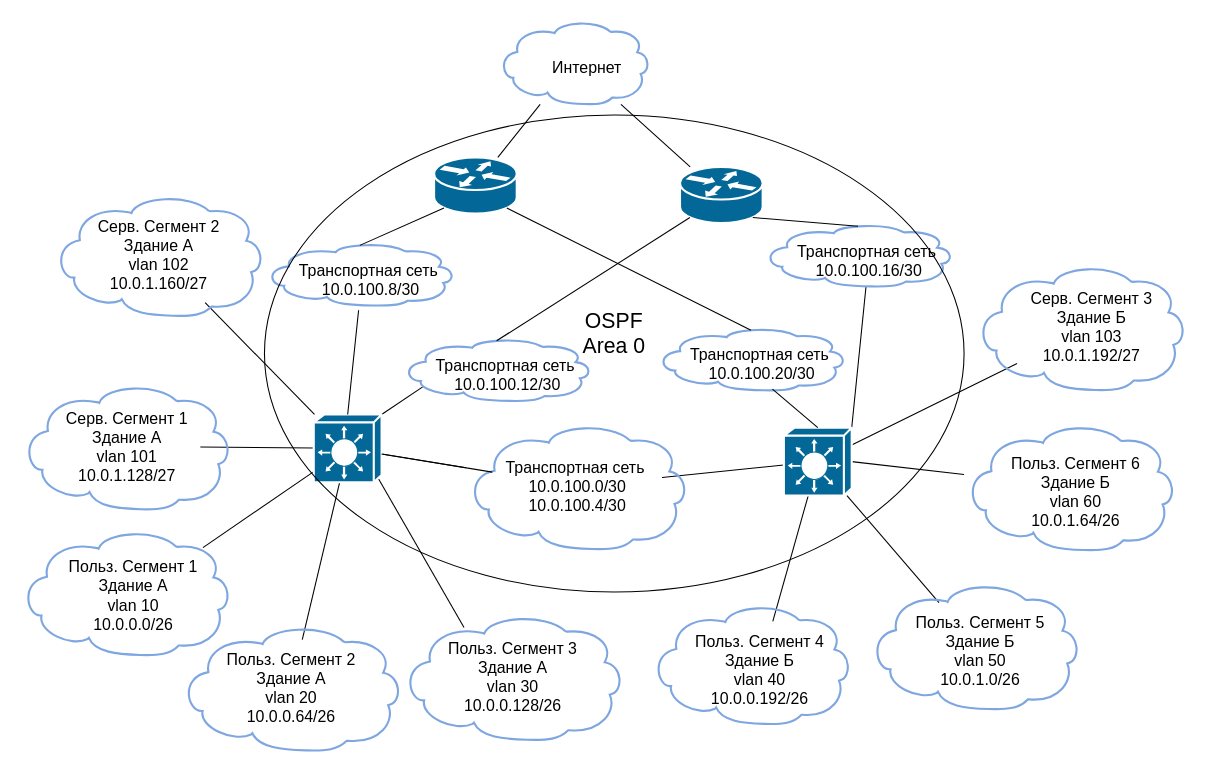
Earlier version of the draw.io diagram page "Схема функциональной структуры" (2 of 3) of Сети/КП/Схемы/схемы.drawio (SwiftyKey/Study). Source tidied: cells renumbered, new cells numbered last; positions are measured from the earlier drawing's top-left corner, leaving out a move shared by most shapes. Both pictures are drawn from the tidied source at 106%, with x=0, y=0 at pixel (19, 19).
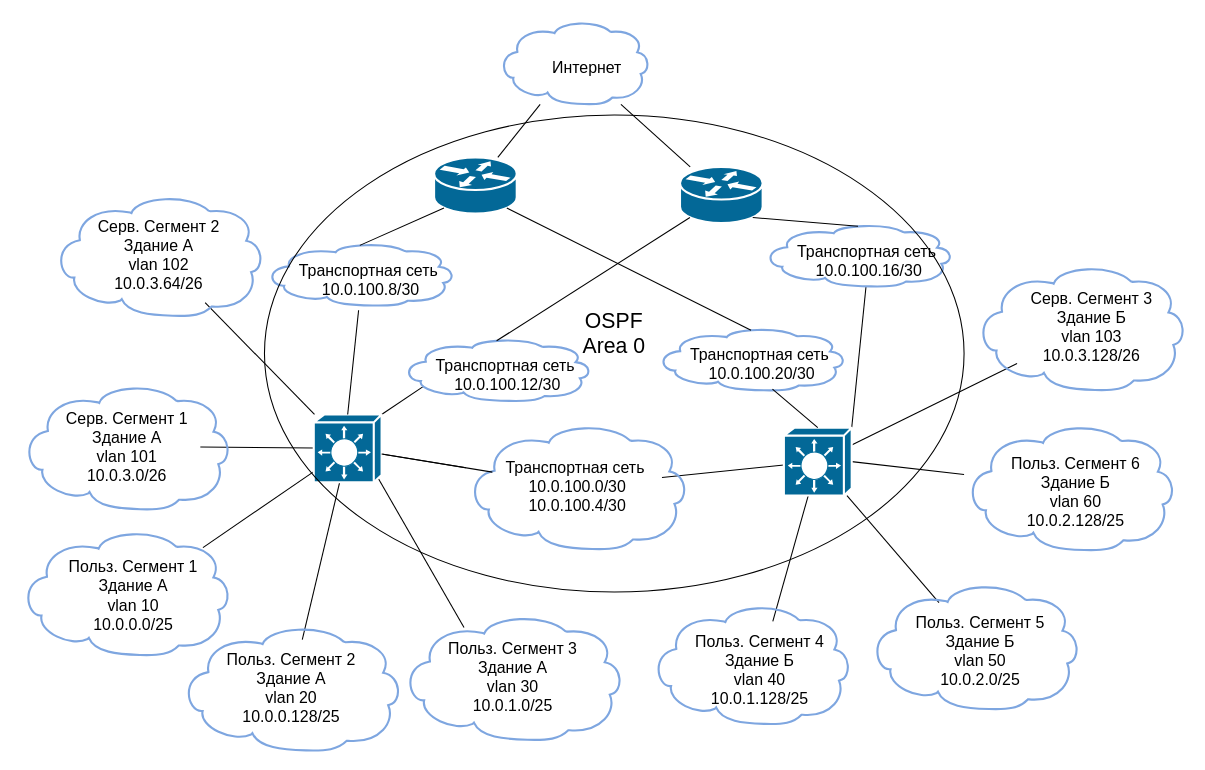
The same diagram, later.

Unchanged cells that the change refers to:
```xml
<mxCell id="15" style="group;" parent="1" vertex="1">
  <mxGeometry y="480" width="200" height="120" as="geometry" />
</mxCell>
<mxCell id="18" style="group;" parent="1" vertex="1">
  <mxGeometry x="151" y="570" width="210" height="120" as="geometry" />
</mxCell>
<mxCell id="21" style="group;" parent="1" vertex="1">
  <mxGeometry x="595" y="550" width="190" height="115" as="geometry" />
</mxCell>
<mxCell id="24" style="group;" parent="1" vertex="1">
  <mxGeometry x="801" y="530" width="200" height="121" as="geometry" />
</mxCell>
<mxCell id="27" style="group;" parent="1" vertex="1">
  <mxGeometry x="1" y="342.5" width="199" height="120" as="geometry" />
</mxCell>
<mxCell id="30" style="group;" parent="1" vertex="1">
  <mxGeometry x="31" y="164" width="200" height="116" as="geometry" />
</mxCell>
<mxCell id="33" style="group;" parent="1" vertex="1">
  <mxGeometry x="901" y="230" width="200" height="120" as="geometry" />
</mxCell>
<mxCell id="49" style="group;" parent="1" vertex="1">
  <mxGeometry x="360" y="560" width="210" height="120" as="geometry" />
</mxCell>
<mxCell id="52" style="group;" parent="1" vertex="1">
  <mxGeometry x="891" y="380" width="200" height="121" as="geometry" />
</mxCell>
```

The edit, as a diff of the source:
```diff
@@
-    <mxCell id="17" value="&lt;font color=&quot;#000000&quot;&gt;Польз. Сегмент 1&lt;br&gt;Здание А&lt;br&gt;vlan 10&lt;br&gt;10.0.0.0/26&lt;/font&gt;" style="text;html=1;align=center;verticalAlign=middle;points=[];strokeColor=none;fillColor=none;fontSize=15;fontColor=#FFFFFF;" parent="15" vertex="1">
+    <mxCell id="17" value="&lt;font color=&quot;#000000&quot;&gt;Польз. Сегмент 1&lt;br&gt;Здание А&lt;br&gt;vlan 10&lt;br&gt;10.0.0.0/25&lt;/font&gt;" style="text;html=1;align=center;verticalAlign=middle;points=[];strokeColor=none;fillColor=none;fontSize=15;fontColor=#FFFFFF;" parent="15" vertex="1">
       <mxGeometry x="32.3" y="18.1" width="150" height="90" as="geometry" />
     </mxCell>
@@
-    <mxCell id="20" value="&lt;font color=&quot;#000000&quot;&gt;Польз. Сегмент 2&lt;br&gt;Здание А&lt;br&gt;vlan 20&lt;br&gt;10.0.0.64/26&lt;/font&gt;" style="text;html=1;align=center;verticalAlign=middle;points=[];strokeColor=none;fillColor=none;fontSize=15;fontColor=#FFFFFF;" parent="18" vertex="1">
+    <mxCell id="20" value="&lt;font color=&quot;#000000&quot;&gt;Польз. Сегмент 2&lt;br&gt;Здание А&lt;br&gt;vlan 20&lt;br&gt;10.0.0.128/25&lt;/font&gt;" style="text;html=1;align=center;verticalAlign=middle;points=[];strokeColor=none;fillColor=none;fontSize=15;fontColor=#FFFFFF;" parent="18" vertex="1">
       <mxGeometry x="30" y="15" width="150" height="90" as="geometry" />
     </mxCell>
@@
-    <mxCell id="23" value="&lt;font color=&quot;#000000&quot;&gt;Польз. Сегмент 4&lt;br&gt;Здание Б&lt;br&gt;vlan 40&lt;br&gt;10.0.0.192/26&lt;/font&gt;" style="text;html=1;align=center;verticalAlign=middle;points=[];strokeColor=none;fillColor=none;fontSize=15;fontColor=#FFFFFF;" parent="21" vertex="1">
+    <mxCell id="23" value="&lt;font color=&quot;#000000&quot;&gt;Польз. Сегмент 4&lt;br&gt;Здание Б&lt;br&gt;vlan 40&lt;br&gt;10.0.1.128/25&lt;/font&gt;" style="text;html=1;align=center;verticalAlign=middle;points=[];strokeColor=none;fillColor=none;fontSize=15;fontColor=#FFFFFF;" parent="21" vertex="1">
       <mxGeometry x="27.9" y="17.7" width="150" height="90" as="geometry" />
     </mxCell>
@@
-    <mxCell id="26" value="&lt;font color=&quot;#000000&quot;&gt;Польз. Сегмент 5&lt;br&gt;Здание Б&lt;br&gt;vlan 50&lt;br&gt;10.0.1.0/26&lt;/font&gt;" style="text;html=1;align=center;verticalAlign=middle;points=[];strokeColor=none;fillColor=none;fontSize=15;fontColor=#FFFFFF;" parent="24" vertex="1">
+    <mxCell id="26" value="&lt;font color=&quot;#000000&quot;&gt;Польз. Сегмент 5&lt;br&gt;Здание Б&lt;br&gt;vlan 50&lt;br&gt;10.0.2.0/25&lt;/font&gt;" style="text;html=1;align=center;verticalAlign=middle;points=[];strokeColor=none;fillColor=none;fontSize=15;fontColor=#FFFFFF;" parent="24" vertex="1">
       <mxGeometry x="30" y="20" width="150" height="90" as="geometry" />
     </mxCell>
@@
-    <mxCell id="29" value="&lt;font color=&quot;#000000&quot;&gt;Серв. Сегмент 1&lt;br&gt;Здание А&lt;br&gt;vlan 101&lt;br&gt;10.0.1.128/27&lt;/font&gt;" style="text;html=1;align=center;verticalAlign=middle;points=[];strokeColor=none;fillColor=none;fontSize=15;fontColor=#FFFFFF;" parent="27" vertex="1">
+    <mxCell id="29" value="&lt;font color=&quot;#000000&quot;&gt;Серв. Сегмент 1&lt;br&gt;Здание А&lt;br&gt;vlan 101&lt;br&gt;10.0.3.0/26&lt;/font&gt;" style="text;html=1;align=center;verticalAlign=middle;points=[];strokeColor=none;fillColor=none;fontSize=15;fontColor=#FFFFFF;" parent="27" vertex="1">
       <mxGeometry x="29.5" y="15" width="140" height="90" as="geometry" />
     </mxCell>
@@
-    <mxCell id="32" value="&lt;font color=&quot;#000000&quot;&gt;Серв. Сегмент 2&lt;br&gt;Здание А&lt;br&gt;vlan 102&lt;br&gt;10.0.1.160/27&lt;/font&gt;" style="text;html=1;align=center;verticalAlign=middle;points=[];strokeColor=none;fillColor=none;fontSize=15;fontColor=#FFFFFF;" parent="30" vertex="1">
+    <mxCell id="32" value="&lt;font color=&quot;#000000&quot;&gt;Серв. Сегмент 2&lt;br&gt;Здание А&lt;br&gt;vlan 102&lt;br&gt;10.0.3.64/26&lt;/font&gt;" style="text;html=1;align=center;verticalAlign=middle;points=[];strokeColor=none;fillColor=none;fontSize=15;fontColor=#FFFFFF;" parent="30" vertex="1">
       <mxGeometry x="30" y="13" width="140" height="90" as="geometry" />
     </mxCell>
@@
-    <mxCell id="35" value="&lt;font color=&quot;#000000&quot;&gt;Серв. Сегмент 3&lt;br&gt;Здание Б&lt;br&gt;vlan 103&lt;br&gt;10.0.1.192/27&lt;/font&gt;" style="text;html=1;align=center;verticalAlign=middle;points=[];strokeColor=none;fillColor=none;fontSize=15;fontColor=#FFFFFF;" parent="33" vertex="1">
+    <mxCell id="35" value="&lt;font color=&quot;#000000&quot;&gt;Серв. Сегмент 3&lt;br&gt;Здание Б&lt;br&gt;vlan 103&lt;br&gt;10.0.3.128/26&lt;/font&gt;" style="text;html=1;align=center;verticalAlign=middle;points=[];strokeColor=none;fillColor=none;fontSize=15;fontColor=#FFFFFF;" parent="33" vertex="1">
       <mxGeometry x="40" y="15" width="140" height="90" as="geometry" />
     </mxCell>
@@
-    <mxCell id="51" value="&lt;font color=&quot;#000000&quot;&gt;Польз. Сегмент 3&lt;/font&gt;&lt;div&gt;&lt;font color=&quot;#000000&quot;&gt;Здание А&lt;br&gt;vlan 30&lt;br&gt;10.0.0.128/26&lt;/font&gt;&lt;/div&gt;" style="text;html=1;align=center;verticalAlign=middle;points=[];strokeColor=none;fillColor=none;fontSize=15;fontColor=#FFFFFF;" parent="49" vertex="1">
+    <mxCell id="51" value="&lt;font color=&quot;#000000&quot;&gt;Польз. Сегмент 3&lt;/font&gt;&lt;div&gt;&lt;font color=&quot;#000000&quot;&gt;Здание А&lt;br&gt;vlan 30&lt;br&gt;10.0.1.0/25&lt;/font&gt;&lt;/div&gt;" style="text;html=1;align=center;verticalAlign=middle;points=[];strokeColor=none;fillColor=none;fontSize=15;fontColor=#FFFFFF;" parent="49" vertex="1">
       <mxGeometry x="30" y="15" width="150" height="90" as="geometry" />
     </mxCell>
@@
-    <mxCell id="54" value="&lt;font color=&quot;#000000&quot;&gt;Польз. Сегмент 6&lt;br&gt;Здание Б&lt;br&gt;vlan 60&lt;br&gt;10.0.1.64/26&lt;/font&gt;" style="text;html=1;align=center;verticalAlign=middle;strokeColor=none;fillColor=none;fontSize=15;fontColor=#FFFFFF;" parent="52" vertex="1">
+    <mxCell id="54" value="&lt;font color=&quot;#000000&quot;&gt;Польз. Сегмент 6&lt;br&gt;Здание Б&lt;br&gt;vlan 60&lt;br&gt;10.0.2.128/25&lt;/font&gt;" style="text;html=1;align=center;verticalAlign=middle;strokeColor=none;fillColor=none;fontSize=15;fontColor=#FFFFFF;" parent="52" vertex="1">
       <mxGeometry x="30" y="20" width="150" height="90" as="geometry" />
     </mxCell>
```
